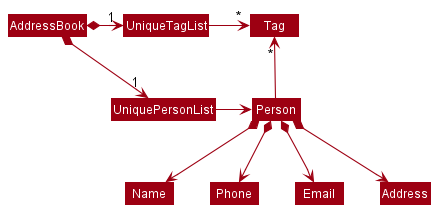
Above: docs/images/BetterModelClassDiagram.png in nus-cs2103-AY2223S2/tp (PlantUML), before the change.
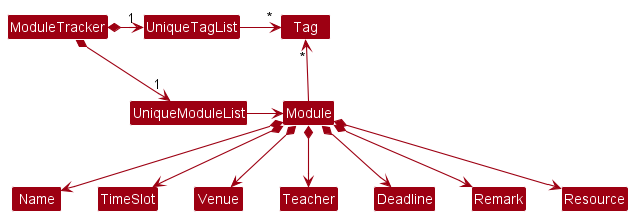
Later version of the same file.

The edit, as a diff of the source:
```diff
@@ -4,18 +4,21 @@
 skinparam arrowColor MODEL_COLOR
 skinparam classBackgroundColor MODEL_COLOR
 
-AddressBook *-right-> "1" UniquePersonList
-AddressBook *-right-> "1" UniqueTagList
-UniqueTagList -[hidden]down- UniquePersonList
-UniqueTagList -[hidden]down- UniquePersonList
+ModuleTracker *-right-> "1" UniqueModuleList
+ModuleTracker *-right-> "1" UniqueTagList
+UniqueTagList -[hidden]down- UniqueModuleList
+UniqueTagList -[hidden]down- UniqueModuleList
 
 UniqueTagList -right-> "*" Tag
-UniquePersonList -right-> Person
+UniqueModuleList -right-> Module
 
-Person -up-> "*" Tag
+Module -up-> "*" Tag
 
-Person *--> Name
-Person *--> Phone
-Person *--> Email
-Person *--> Address
+Module *--> Name
+Module *--> TimeSlot
+Module *--> Venue
+Module *--> Teacher
+Module *--> Deadline
+Module *--> Remark
+Module *--> Resource
 @enduml
```
